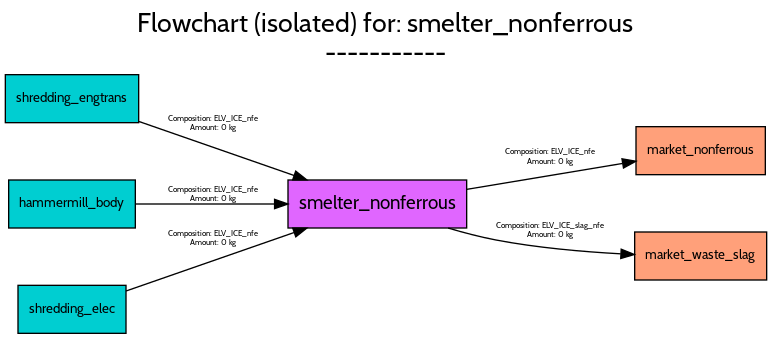
Before: src/examples/ELV/figures/flowcharts/processes/png/smelter_nonferrous.png, a diagram exported from Graphviz (FutuRaM-Project/Recovery-Model). Its source is kept beside it as src/examples/ELV/figures/flowcharts/processes/dot/smelter_nonferrous.dot.
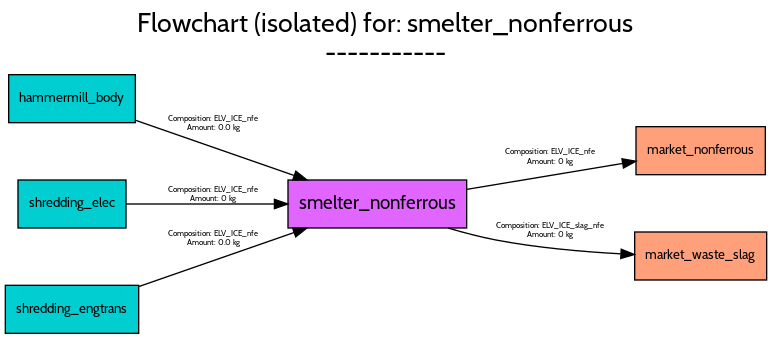
The same diagram one commit later.

Diff of the diagram source:
```diff
@@ -53,26 +53,11 @@
 Amount: 0 kg",
 		lp="409,77",
 		pos="e,471.72,59.12 332.11,78.956 343.8,75.487 356.23,72.241 368,70 398.55,64.183 433.07,61.177 461.53,59.628"];
-	shredding_engtrans	[fillcolor=darkturquoise,
+	hammermill_body	[fillcolor=darkturquoise,
 		fontname=Cabin,
 		fontsize=10,
 		height=0.5,
 		pos="50,176",
-		shape=box,
-		style=filled,
-		width=1.3889];
-	shredding_engtrans -> smelter_nonferrous	[color=black,
-		fontname=Cabin,
-		fontsize=6,
-		label="Composition: ELV_ICE_nfe
-Amount: 0 kg",
-		lp="156,157",
-		pos="e,226.08,115.07 100.26,158.86 134.37,146.99 180.03,131.1 216.53,118.39"];
-	hammermill_body	[fillcolor=darkturquoise,
-		fontname=Cabin,
-		fontsize=10,
-		height=0.5,
-		pos="50,97",
 		shape=box,
 		style=filled,
 		width=1.3194];
@@ -80,14 +65,14 @@
 		fontname=Cabin,
 		fontsize=6,
 		label="Composition: ELV_ICE_nfe
-Amount: 0 kg",
-		lp="156,104",
-		pos="e,211.94,97 97.759,97 127.76,97 167.42,97 201.89,97"];
+Amount: 0.0 kg",
+		lp="156,157",
+		pos="e,226.15,115.04 97.759,159.73 132.07,147.79 179.01,131.45 216.38,118.45"];
 	shredding_elec	[fillcolor=darkturquoise,
 		fontname=Cabin,
 		fontsize=10,
 		height=0.5,
-		pos="50,18",
+		pos="50,97",
 		shape=box,
 		style=filled,
 		width=1.125];
@@ -96,6 +81,21 @@
 		fontsize=6,
 		label="Composition: ELV_ICE_nfe
 Amount: 0 kg",
+		lp="156,104",
+		pos="e,211.82,97 90.54,97 121.08,97 164.26,97 201.49,97"];
+	shredding_engtrans	[fillcolor=darkturquoise,
+		fontname=Cabin,
+		fontsize=10,
+		height=0.5,
+		pos="50,18",
+		shape=box,
+		style=filled,
+		width=1.3889];
+	shredding_engtrans -> smelter_nonferrous	[color=black,
+		fontname=Cabin,
+		fontsize=6,
+		label="Composition: ELV_ICE_nfe
+Amount: 0.0 kg",
 		lp="156,71",
-		pos="e,226.14,78.95 90.54,31.761 125.28,43.849 176.38,61.635 216.46,75.583"];
+		pos="e,226.08,78.931 100.26,35.142 134.37,47.014 180.03,62.905 216.53,75.607"];
 }
```
